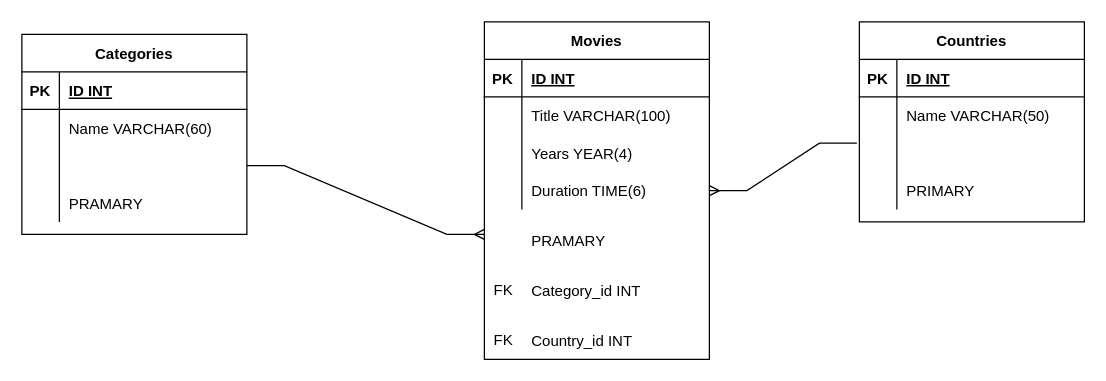
The draw.io diagram Untitled Diagram.drawio in jonasnapoles/javaFinalProject, before the edit. Source tidied: cells renumbered, new cells numbered last; positions are measured from the earlier drawing's top-left corner, leaving out a move shared by most shapes. Both pictures are drawn from the tidied source at 125%, with x=0, y=0 at pixel (21, 21).
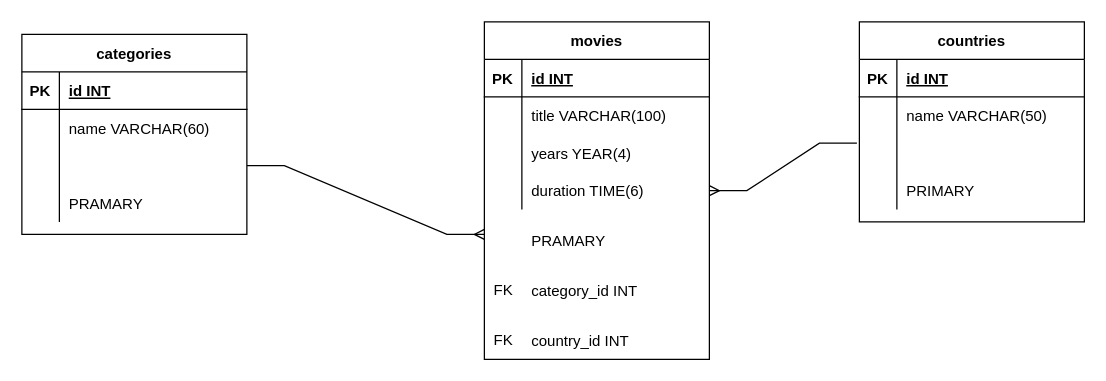
Above is the later version.

Unchanged cells that the change refers to:
```xml
<mxCell id="3" style="shape=partialRectangle;fillColor=none;top=0;left=0;bottom=1;right=0;" parent="2" vertex="1">
  <mxGeometry y="30" width="180" height="30" as="geometry" />
</mxCell>
<mxCell id="6" style="shape=partialRectangle;fillColor=none;top=0;left=0;bottom=0;right=0;" parent="2" vertex="1">
  <mxGeometry y="60" width="180" height="30" as="geometry" />
</mxCell>
<mxCell id="9" style="shape=partialRectangle;fillColor=none;top=0;left=0;bottom=0;right=0;" parent="2" vertex="1">
  <mxGeometry y="90" width="180" height="30" as="geometry" />
</mxCell>
<mxCell id="12" style="shape=partialRectangle;fillColor=none;top=0;left=0;bottom=0;right=0;points=[[0,0.5],[1,0.5]];portConstraint=eastwest;" parent="2" vertex="1">
  <mxGeometry y="120" width="180" height="30" as="geometry" />
</mxCell>
<mxCell id="16" style="shape=partialRectangle;fillColor=none;top=0;left=0;bottom=1;right=0;" parent="15" vertex="1">
  <mxGeometry y="30" width="180" height="30" as="geometry" />
</mxCell>
<mxCell id="19" style="shape=partialRectangle;fillColor=none;top=0;left=0;bottom=0;right=0;" parent="15" vertex="1">
  <mxGeometry y="60" width="180" height="30" as="geometry" />
</mxCell>
<mxCell id="29" style="shape=partialRectangle;fillColor=none;top=0;left=0;bottom=1;right=0;" parent="28" vertex="1">
  <mxGeometry y="30" width="180" height="30" as="geometry" />
</mxCell>
<mxCell id="32" style="shape=partialRectangle;fillColor=none;top=0;left=0;bottom=0;right=0;" parent="28" vertex="1">
  <mxGeometry y="60" width="180" height="30" as="geometry" />
</mxCell>
```

Diff of the diagram source:
```diff
@@
-    <mxCell id="2" value="Movies" style="shape=table;startSize=30;childLayout=tableLayout;rowLines=0;fontStyle=1;align=center;" parent="1" vertex="1">
+    <mxCell id="2" value="movies" style="shape=table;startSize=30;childLayout=tableLayout;rowLines=0;fontStyle=1;align=center;" parent="1" vertex="1">
       <mxGeometry x="370" width="180" height="270" as="geometry" />
     </mxCell>
@@
-    <mxCell id="5" value="ID INT" style="shape=partialRectangle;fillColor=none;top=0;left=0;bottom=0;right=0;align=left;spacingLeft=6;fontStyle=5;overflow=hidden;" parent="3" vertex="1">
+    <mxCell id="5" value="id INT" style="shape=partialRectangle;fillColor=none;top=0;left=0;bottom=0;right=0;align=left;spacingLeft=6;fontStyle=5;overflow=hidden;" parent="3" vertex="1">
       <mxGeometry x="30" width="150" height="30" as="geometry" />
     </mxCell>
@@
-    <mxCell id="8" value="Title VARCHAR(100)" style="shape=partialRectangle;fillColor=none;top=0;left=0;bottom=0;right=0;align=left;spacingLeft=6;overflow=hidden;" parent="6" vertex="1">
+    <mxCell id="8" value="title VARCHAR(100)" style="shape=partialRectangle;fillColor=none;top=0;left=0;bottom=0;right=0;align=left;spacingLeft=6;overflow=hidden;" parent="6" vertex="1">
       <mxGeometry x="30" width="150" height="30" as="geometry" />
     </mxCell>
@@
-    <mxCell id="11" value="Years YEAR(4)" style="shape=partialRectangle;fillColor=none;top=0;left=0;bottom=0;right=0;align=left;spacingLeft=6;overflow=hidden;" parent="9" vertex="1">
+    <mxCell id="11" value="years YEAR(4)" style="shape=partialRectangle;fillColor=none;top=0;left=0;bottom=0;right=0;align=left;spacingLeft=6;overflow=hidden;" parent="9" vertex="1">
       <mxGeometry x="30" width="150" height="30" as="geometry" />
     </mxCell>
@@
-    <mxCell id="14" value="Duration TIME(6)" style="shape=partialRectangle;fillColor=none;top=0;left=0;bottom=0;right=0;align=left;spacingLeft=6;overflow=hidden;" parent="12" vertex="1">
+    <mxCell id="14" value="duration TIME(6)" style="shape=partialRectangle;fillColor=none;top=0;left=0;bottom=0;right=0;align=left;spacingLeft=6;overflow=hidden;" parent="12" vertex="1">
       <mxGeometry x="30" width="150" height="30" as="geometry" />
     </mxCell>
-    <mxCell id="15" value="Categories" style="shape=table;startSize=30;childLayout=tableLayout;rowLines=0;fontStyle=1;align=center;" parent="1" vertex="1">
+    <mxCell id="15" value="categories" style="shape=table;startSize=30;childLayout=tableLayout;rowLines=0;fontStyle=1;align=center;" parent="1" vertex="1">
       <mxGeometry y="10" width="180" height="160" as="geometry" />
     </mxCell>
@@
-    <mxCell id="18" value="ID INT" style="shape=partialRectangle;fillColor=none;top=0;left=0;bottom=0;right=0;align=left;spacingLeft=6;fontStyle=5;overflow=hidden;" parent="16" vertex="1">
+    <mxCell id="18" value="id INT" style="shape=partialRectangle;fillColor=none;top=0;left=0;bottom=0;right=0;align=left;spacingLeft=6;fontStyle=5;overflow=hidden;" parent="16" vertex="1">
       <mxGeometry x="30" width="150" height="30" as="geometry" />
     </mxCell>
@@
-    <mxCell id="21" value="Name VARCHAR(60)" style="shape=partialRectangle;fillColor=none;top=0;left=0;bottom=0;right=0;align=left;spacingLeft=6;overflow=hidden;" parent="19" vertex="1">
+    <mxCell id="21" value="name VARCHAR(60)" style="shape=partialRectangle;fillColor=none;top=0;left=0;bottom=0;right=0;align=left;spacingLeft=6;overflow=hidden;" parent="19" vertex="1">
       <mxGeometry x="30" width="150" height="30" as="geometry" />
     </mxCell>
@@
-    <mxCell id="28" value="Countries" style="shape=table;startSize=30;childLayout=tableLayout;rowLines=0;fontStyle=1;align=center;" parent="1" vertex="1">
+    <mxCell id="28" value="countries" style="shape=table;startSize=30;childLayout=tableLayout;rowLines=0;fontStyle=1;align=center;" parent="1" vertex="1">
       <mxGeometry x="670" width="180" height="160" as="geometry" />
     </mxCell>
@@
-    <mxCell id="31" value="ID INT" style="shape=partialRectangle;fillColor=none;top=0;left=0;bottom=0;right=0;align=left;spacingLeft=6;fontStyle=5;overflow=hidden;" parent="29" vertex="1">
+    <mxCell id="31" value="id INT" style="shape=partialRectangle;fillColor=none;top=0;left=0;bottom=0;right=0;align=left;spacingLeft=6;fontStyle=5;overflow=hidden;" parent="29" vertex="1">
       <mxGeometry x="30" width="150" height="30" as="geometry" />
     </mxCell>
@@
-    <mxCell id="34" value="Name VARCHAR(50)" style="shape=partialRectangle;fillColor=none;top=0;left=0;bottom=0;right=0;align=left;spacingLeft=6;overflow=hidden;" parent="32" vertex="1">
+    <mxCell id="34" value="name VARCHAR(50)" style="shape=partialRectangle;fillColor=none;top=0;left=0;bottom=0;right=0;align=left;spacingLeft=6;overflow=hidden;" parent="32" vertex="1">
       <mxGeometry x="30" width="150" height="30" as="geometry" />
     </mxCell>
@@
-    <mxCell id="42" value="Category_id INT" style="shape=partialRectangle;fillColor=none;top=0;left=0;bottom=0;right=0;align=left;spacingLeft=6;overflow=hidden;" parent="1" vertex="1">
+    <mxCell id="42" value="category_id INT" style="shape=partialRectangle;fillColor=none;top=0;left=0;bottom=0;right=0;align=left;spacingLeft=6;overflow=hidden;" parent="1" vertex="1">
       <mxGeometry x="400" y="200" width="150" height="30" as="geometry" />
     </mxCell>
@@
-    <mxCell id="44" value="Country_id INT" style="shape=partialRectangle;fillColor=none;top=0;left=0;bottom=0;right=0;align=left;spacingLeft=6;overflow=hidden;" parent="1" vertex="1">
+    <mxCell id="44" value="country_id INT" style="shape=partialRectangle;fillColor=none;top=0;left=0;bottom=0;right=0;align=left;spacingLeft=6;overflow=hidden;" parent="1" vertex="1">
       <mxGeometry x="400" y="240" width="150" height="30" as="geometry" />
     </mxCell>
```
